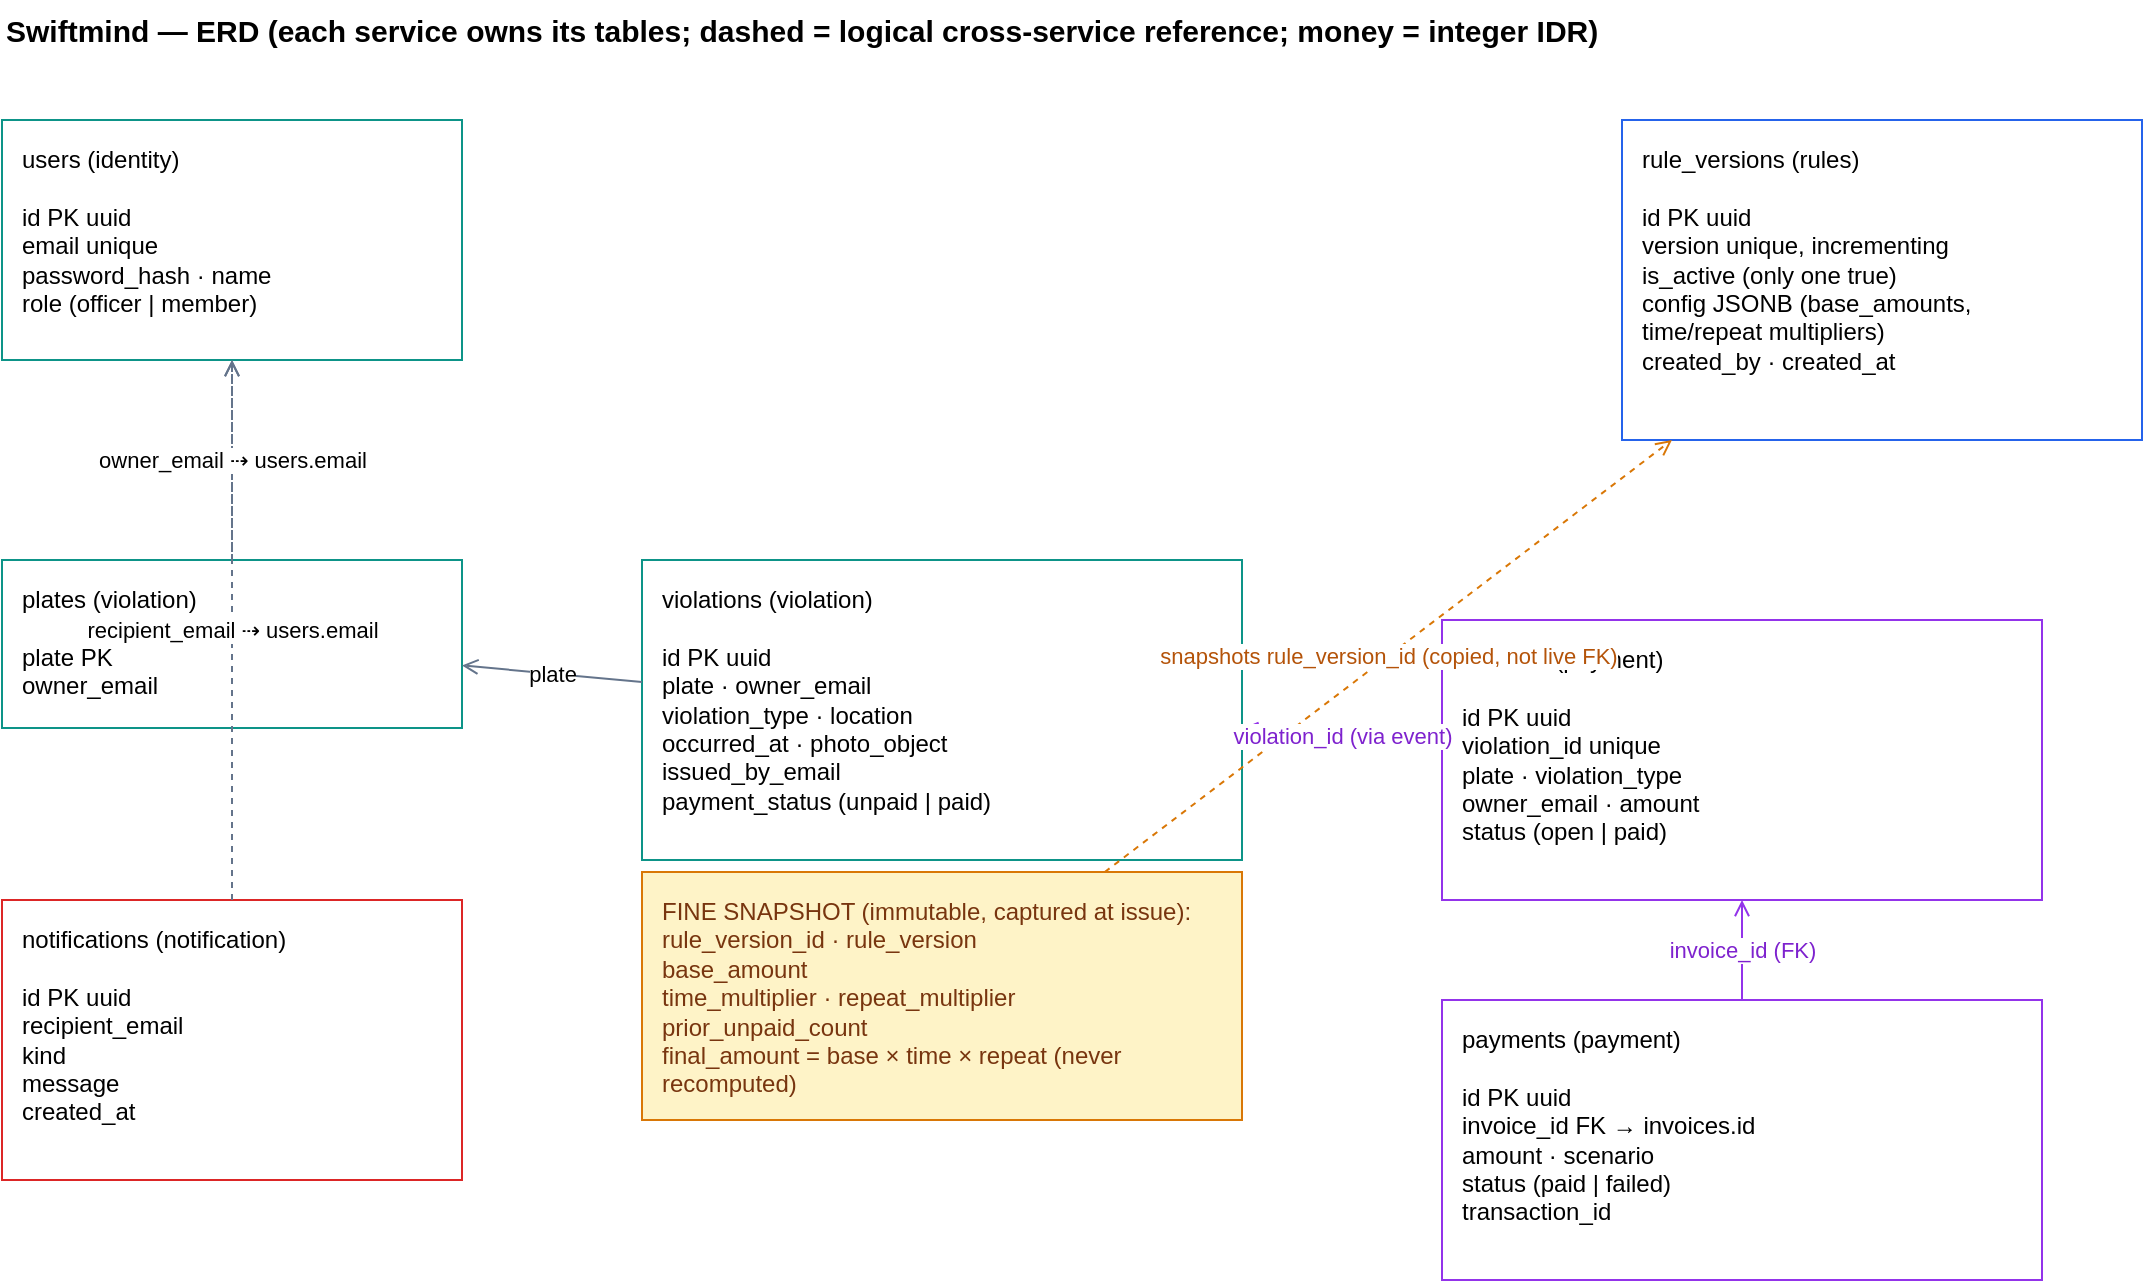
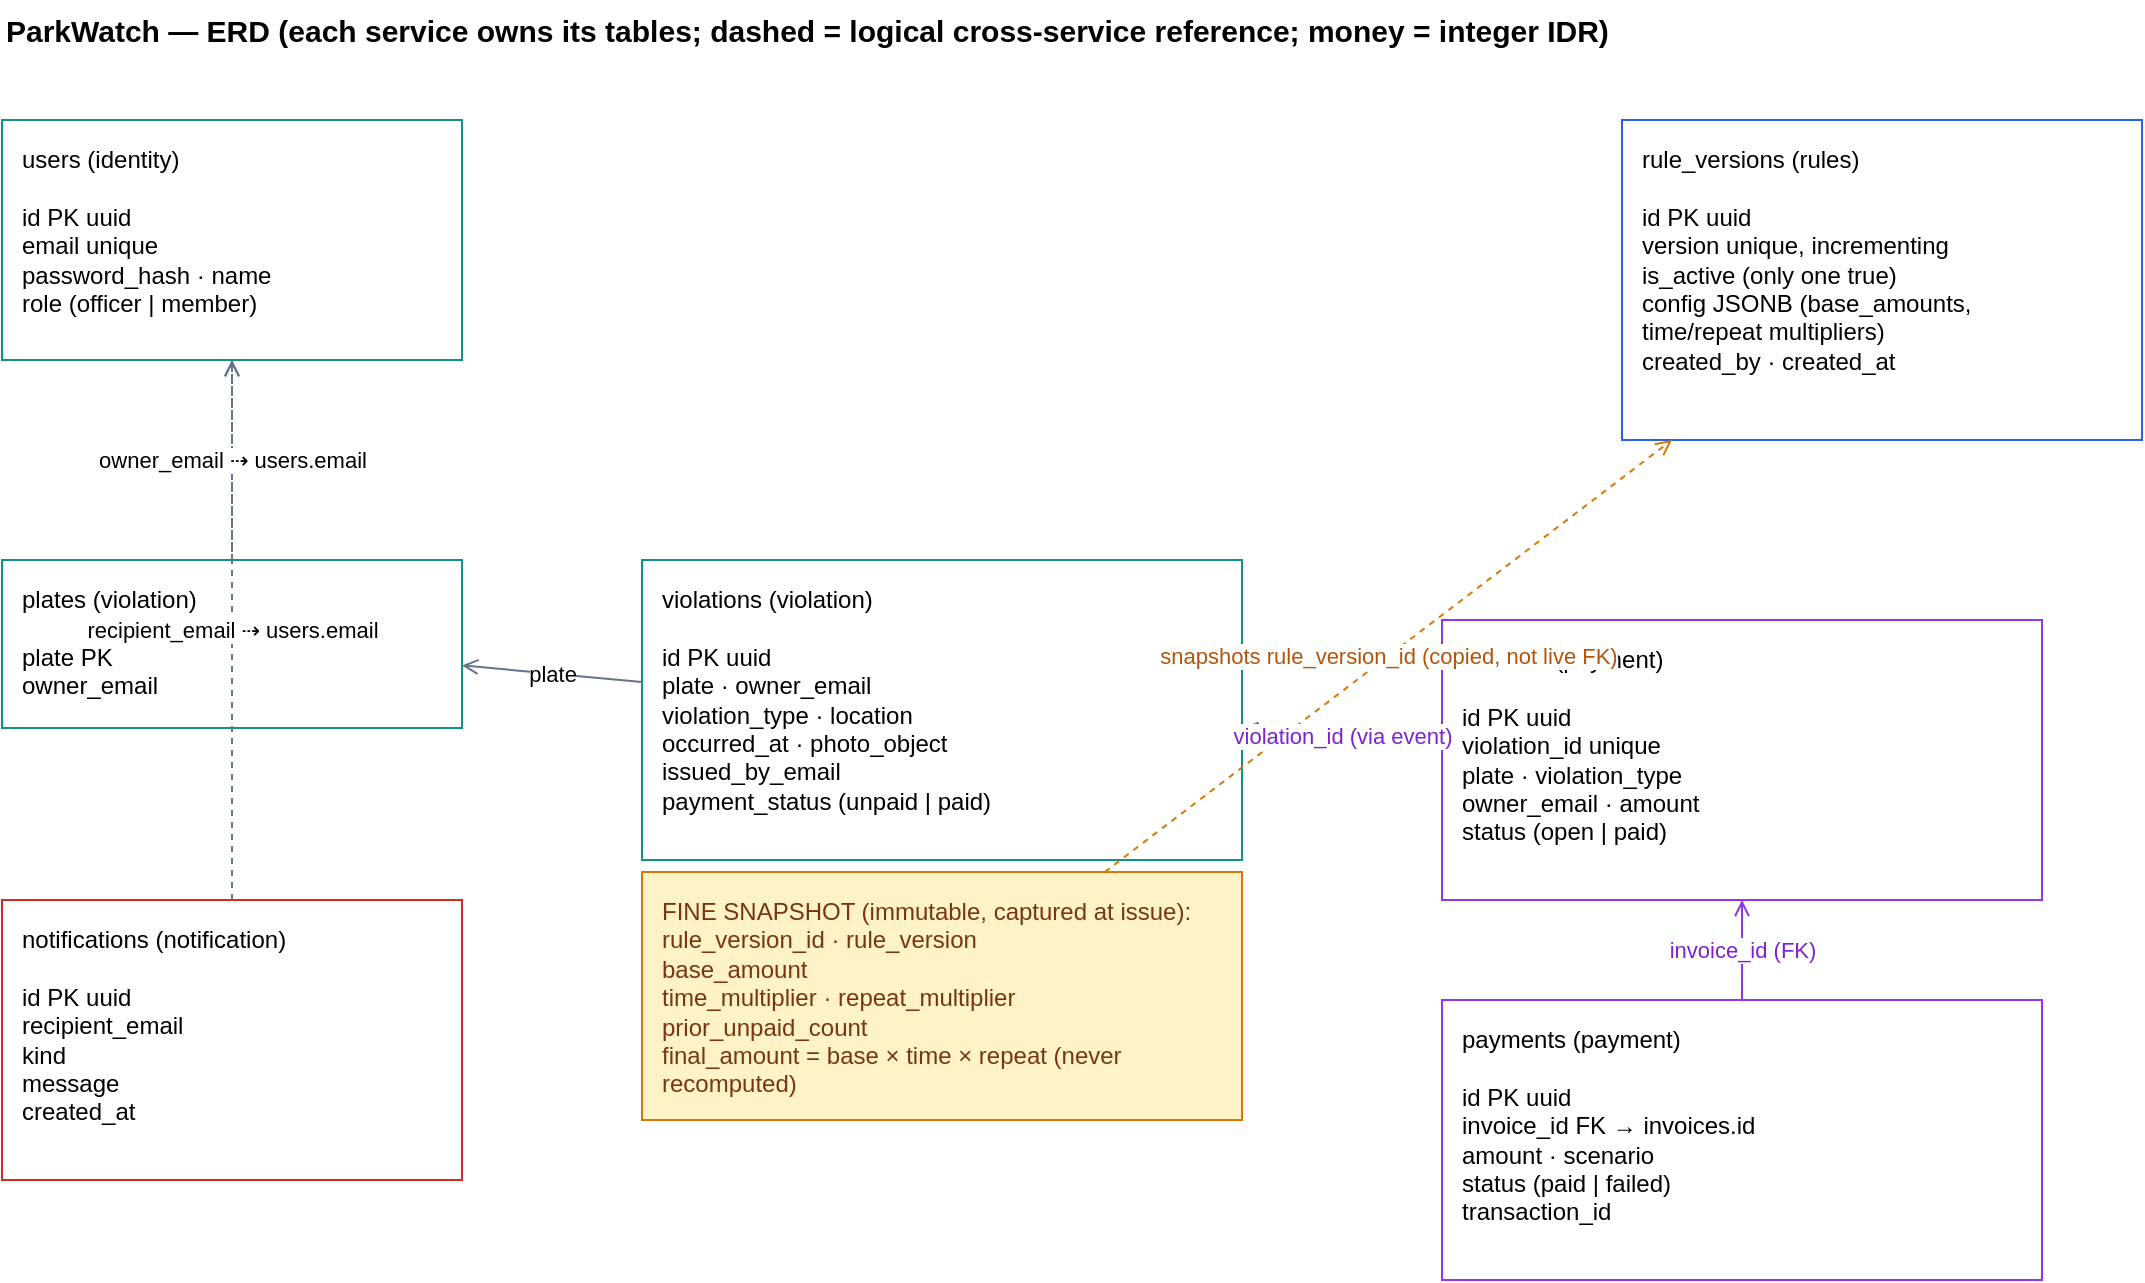
<mxfile host="app.diagrams.net" type="device">
  <diagram name="ERD" id="erd-1">
    <mxGraphModel dx="1120" dy="800" grid="1" gridSize="10" guides="1" tooltips="1" connect="1" arrows="1" fold="1" page="1" pageScale="1" pageWidth="1150" pageHeight="820" math="0" shadow="0">
      <root>
        <mxCell id="0" />
        <mxCell id="1" parent="0" />

-         <mxCell id="title" value="Swiftmind — ERD (each service owns its tables; dashed = logical cross-service reference; money = integer IDR)" style="text;html=1;fontSize=15;fontStyle=1;align=left;" vertex="1" parent="1">
+         <mxCell id="title" value="ParkWatch — ERD (each service owns its tables; dashed = logical cross-service reference; money = integer IDR)" style="text;html=1;fontSize=15;fontStyle=1;align=left;" vertex="1" parent="1">
          <mxGeometry x="40" y="20" width="1000" height="26" as="geometry" />
        </mxCell>

        <mxCell id="users" value="users  (identity)&#10;&#10;id  PK uuid&#10;email  unique&#10;password_hash · name&#10;role  (officer | member)" style="rounded=0;whiteSpace=wrap;html=1;align=left;verticalAlign=top;spacingLeft=8;spacingTop=6;fillColor=#ffffff;strokeColor=#0d9488;" vertex="1" parent="1">
          <mxGeometry x="40" y="80" width="230" height="120" as="geometry" />
        </mxCell>

        <mxCell id="rulev" value="rule_versions  (rules)&#10;&#10;id  PK uuid&#10;version  unique, incrementing&#10;is_active  (only one true)&#10;config  JSONB (base_amounts,&#10;   time/repeat multipliers)&#10;created_by · created_at" style="rounded=0;whiteSpace=wrap;html=1;align=left;verticalAlign=top;spacingLeft=8;spacingTop=6;fillColor=#ffffff;strokeColor=#2563eb;" vertex="1" parent="1">
          <mxGeometry x="850" y="80" width="260" height="160" as="geometry" />
        </mxCell>

        <mxCell id="plates" value="plates  (violation)&#10;&#10;plate  PK&#10;owner_email" style="rounded=0;whiteSpace=wrap;html=1;align=left;verticalAlign=top;spacingLeft=8;spacingTop=6;fillColor=#ffffff;strokeColor=#0d9488;" vertex="1" parent="1">
          <mxGeometry x="40" y="300" width="230" height="84" as="geometry" />
        </mxCell>

        <mxCell id="violations" value="violations  (violation)&#10;&#10;id  PK uuid&#10;plate · owner_email&#10;violation_type · location&#10;occurred_at · photo_object&#10;issued_by_email&#10;payment_status  (unpaid | paid)" style="rounded=0;whiteSpace=wrap;html=1;align=left;verticalAlign=top;spacingLeft=8;spacingTop=6;fillColor=#ffffff;strokeColor=#0d9488;" vertex="1" parent="1">
          <mxGeometry x="360" y="300" width="300" height="150" as="geometry" />
        </mxCell>
        <mxCell id="snapshot" value="FINE SNAPSHOT (immutable, captured at issue):&#10;rule_version_id · rule_version&#10;base_amount&#10;time_multiplier · repeat_multiplier&#10;prior_unpaid_count&#10;final_amount  = base × time × repeat (never recomputed)" style="rounded=0;whiteSpace=wrap;html=1;align=left;verticalAlign=top;spacingLeft=8;spacingTop=6;fillColor=#fef3c7;strokeColor=#d97706;fontColor=#78350f;" vertex="1" parent="1">
          <mxGeometry x="360" y="456" width="300" height="124" as="geometry" />
        </mxCell>

        <mxCell id="invoices" value="invoices  (payment)&#10;&#10;id  PK uuid&#10;violation_id  unique&#10;plate · violation_type&#10;owner_email · amount&#10;status  (open | paid)" style="rounded=0;whiteSpace=wrap;html=1;align=left;verticalAlign=top;spacingLeft=8;spacingTop=6;fillColor=#ffffff;strokeColor=#9333ea;" vertex="1" parent="1">
          <mxGeometry x="760" y="330" width="300" height="140" as="geometry" />
        </mxCell>

        <mxCell id="payments" value="payments  (payment)&#10;&#10;id  PK uuid&#10;invoice_id  FK → invoices.id&#10;amount · scenario&#10;status  (paid | failed)&#10;transaction_id" style="rounded=0;whiteSpace=wrap;html=1;align=left;verticalAlign=top;spacingLeft=8;spacingTop=6;fillColor=#ffffff;strokeColor=#9333ea;" vertex="1" parent="1">
          <mxGeometry x="760" y="520" width="300" height="140" as="geometry" />
        </mxCell>

        <mxCell id="notifications" value="notifications  (notification)&#10;&#10;id  PK uuid&#10;recipient_email&#10;kind&#10;message&#10;created_at" style="rounded=0;whiteSpace=wrap;html=1;align=left;verticalAlign=top;spacingLeft=8;spacingTop=6;fillColor=#ffffff;strokeColor=#dc2626;" vertex="1" parent="1">
          <mxGeometry x="40" y="470" width="230" height="140" as="geometry" />
        </mxCell>

        <mxCell id="r_vi_pl" value="plate" style="endArrow=open;html=1;strokeColor=#64748b;" edge="1" parent="1" source="violations" target="plates"><mxGeometry relative="1" as="geometry"/></mxCell>
        <mxCell id="r_snap_rule" value="snapshots rule_version_id (copied, not live FK)" style="endArrow=open;html=1;dashed=1;strokeColor=#d97706;fontColor=#b45309;" edge="1" parent="1" source="snapshot" target="rulev"><mxGeometry relative="1" as="geometry"/></mxCell>
        <mxCell id="r_inv_vi" value="violation_id (via event)" style="endArrow=open;html=1;dashed=1;strokeColor=#9333ea;fontColor=#7e22ce;" edge="1" parent="1" source="invoices" target="violations"><mxGeometry relative="1" as="geometry"/></mxCell>
        <mxCell id="r_pay_inv" value="invoice_id (FK)" style="endArrow=open;html=1;strokeColor=#9333ea;fontColor=#7e22ce;" edge="1" parent="1" source="payments" target="invoices"><mxGeometry relative="1" as="geometry"/></mxCell>
        <mxCell id="r_not_us" value="recipient_email ⇢ users.email" style="endArrow=open;html=1;dashed=1;strokeColor=#64748b;" edge="1" parent="1" source="notifications" target="users"><mxGeometry relative="1" as="geometry"/></mxCell>
        <mxCell id="r_pl_us" value="owner_email ⇢ users.email" style="endArrow=open;html=1;dashed=1;strokeColor=#64748b;" edge="1" parent="1" source="plates" target="users"><mxGeometry relative="1" as="geometry"/></mxCell>
      </root>
    </mxGraphModel>
  </diagram>
</mxfile>
